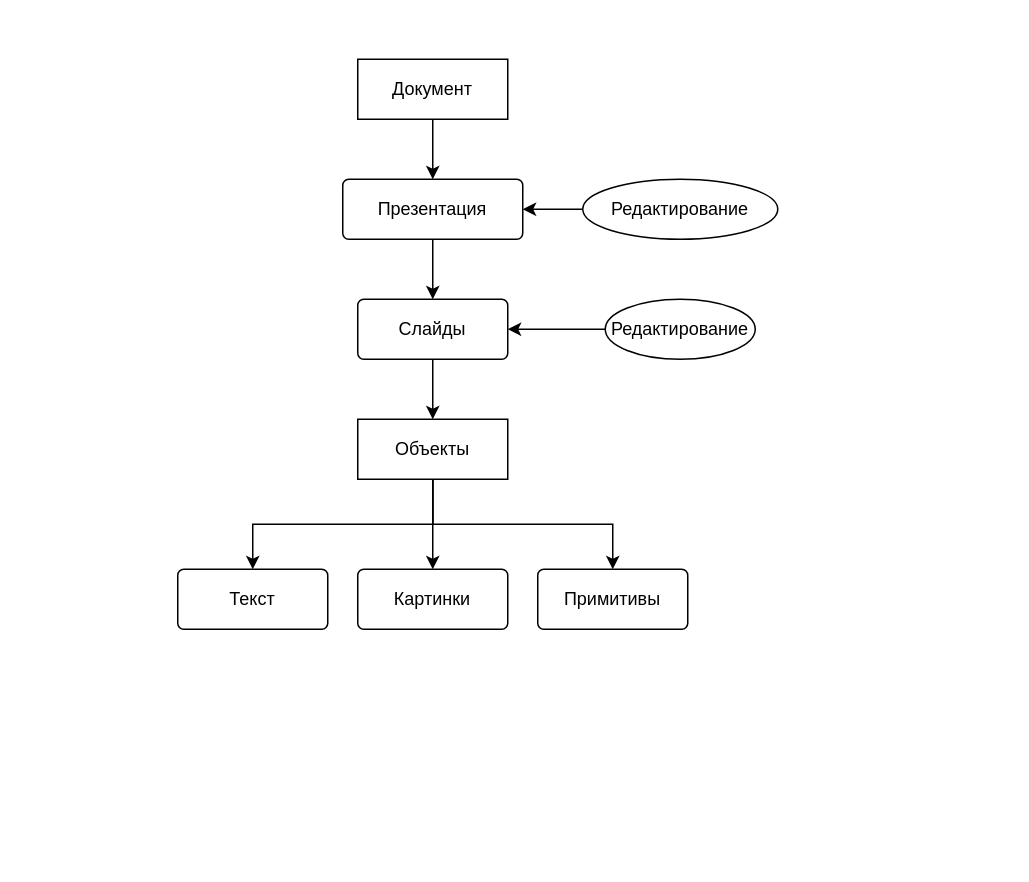
This is Untitled Diagram.drawio from Kortasfa/COM, a draw.io file, before an edit. Source tidied: cells renumbered, new cells numbered last; positions are measured from the earlier drawing's top-left corner, leaving out a move shared by most shapes. Both pictures are drawn from the tidied source at 150%, with x=0, y=0 at pixel (177, 58).
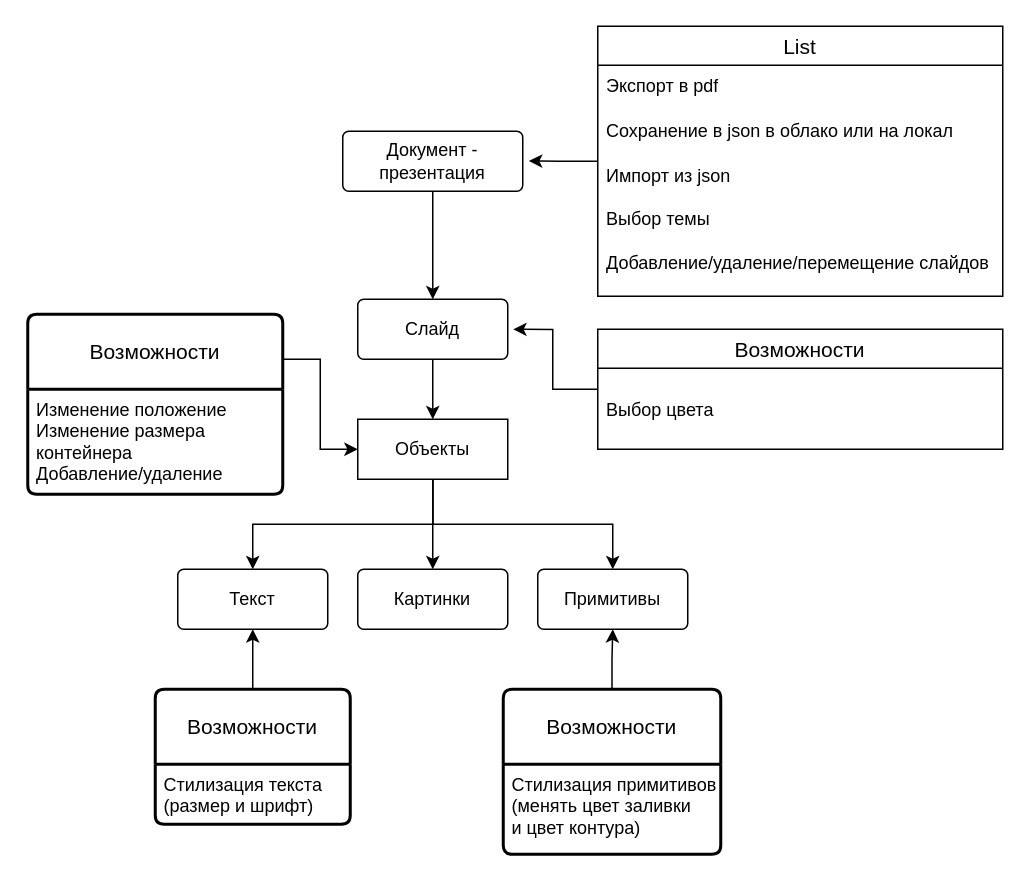
Above is the later version.

The change refers to these unchanged cells:
```xml
<mxCell id="15" value="Объекты" style="whiteSpace=wrap;html=1;align=center;" parent="1" vertex="1">
  <mxGeometry x="120" y="240" width="100" height="40" as="geometry" />
</mxCell>
<mxCell id="16" value="Текст" style="rounded=1;arcSize=10;whiteSpace=wrap;html=1;align=center;" parent="1" vertex="1">
  <mxGeometry y="340" width="100" height="40" as="geometry" />
</mxCell>
<mxCell id="18" value="Примитивы" style="rounded=1;arcSize=10;whiteSpace=wrap;html=1;align=center;" parent="1" vertex="1">
  <mxGeometry x="240" y="340" width="100" height="40" as="geometry" />
</mxCell>
```

Change to the diagram source:
```diff
@@
-    <mxCell id="3" value="Презентация" style="rounded=1;arcSize=10;whiteSpace=wrap;html=1;align=center;" parent="1" vertex="1">
-      <mxGeometry x="110" y="80" width="120" height="40" as="geometry" />
+    <mxCell id="3" value="Документ - презентация" style="rounded=1;arcSize=10;whiteSpace=wrap;html=1;align=center;" parent="1" vertex="1">
+      <mxGeometry x="110" y="48" width="120" height="40" as="geometry" />
     </mxCell>
-    <mxCell id="4" style="edgeStyle=orthogonalEdgeStyle;rounded=0;jettySize=auto;html=1;" parent="1" edge="1" source="5" target="3">
-      <mxGeometry relative="1" as="geometry" />
-    </mxCell>
-    <mxCell id="5" value="Документ" style="whiteSpace=wrap;html=1;align=center;" parent="1" vertex="1">
-      <mxGeometry x="120" width="100" height="40" as="geometry" />
-    </mxCell>
@@
-    <mxCell id="7" value="Слайды" style="rounded=1;arcSize=10;whiteSpace=wrap;html=1;align=center;" parent="1" vertex="1">
+    <mxCell id="7" value="Слайд" style="rounded=1;arcSize=10;whiteSpace=wrap;html=1;align=center;" parent="1" vertex="1">
       <mxGeometry x="120" y="160" width="100" height="40" as="geometry" />
     </mxCell>
-    <mxCell id="8" style="edgeStyle=orthogonalEdgeStyle;rounded=0;jettySize=auto;html=1;" parent="1" edge="1" source="9" target="3">
-      <mxGeometry relative="1" as="geometry" />
-    </mxCell>
-    <mxCell id="9" value="Редактирование" style="ellipse;whiteSpace=wrap;html=1;align=center;" parent="1" vertex="1">
-      <mxGeometry x="270" y="80" width="130" height="40" as="geometry" />
-    </mxCell>
-    <mxCell id="10" style="edgeStyle=orthogonalEdgeStyle;rounded=0;jettySize=auto;html=1;entryX=1;entryY=0.5;entryDx=0;entryDy=0;" parent="1" edge="1" source="11" target="7">
-      <mxGeometry relative="1" as="geometry" />
-    </mxCell>
-    <mxCell id="11" value="Редактирование" style="ellipse;whiteSpace=wrap;html=1;align=center;" parent="1" vertex="1">
-      <mxGeometry x="285" y="160" width="100" height="40" as="geometry" />
-    </mxCell>
@@
+    <mxCell id="19" style="edgeStyle=orthogonalEdgeStyle;rounded=0;jettySize=auto;html=1;entryX=1.036;entryY=0.502;entryDx=0;entryDy=0;entryPerimeter=0;" parent="1" edge="1" source="20" target="7">
+      <mxGeometry relative="1" as="geometry" />
+    </mxCell>
+    <mxCell id="20" value="Возможности" style="swimlane;fontStyle=0;horizontal=1;startSize=26;align=center;fontSize=14;" parent="1" vertex="1">
+      <mxGeometry x="280" y="180" width="270" height="80" as="geometry" />
+    </mxCell>
+    <mxCell id="21" value="&lt;br&gt;Выбор цвета&amp;nbsp;" style="text;strokeColor=none;fillColor=none;spacingLeft=4;spacingRight=4;overflow=hidden;fontSize=12;whiteSpace=wrap;html=1;" parent="20" vertex="1">
+      <mxGeometry y="26" width="270" height="54" as="geometry" />
+    </mxCell>
+    <mxCell id="22" style="edgeStyle=orthogonalEdgeStyle;rounded=0;jettySize=auto;html=1;entryX=1.034;entryY=0.496;entryDx=0;entryDy=0;entryPerimeter=0;" parent="1" edge="1" source="23" target="3">
+      <mxGeometry relative="1" as="geometry" />
+    </mxCell>
+    <mxCell id="23" value="List" style="swimlane;fontStyle=0;horizontal=1;startSize=26;align=center;fontSize=14;" parent="1" vertex="1">
+      <mxGeometry x="280" y="-22" width="270" height="180" as="geometry" />
+    </mxCell>
+    <mxCell id="24" value="Экспорт в pdf" style="text;strokeColor=none;fillColor=none;spacingLeft=4;spacingRight=4;overflow=hidden;fontSize=12;whiteSpace=wrap;html=1;" parent="23" vertex="1">
+      <mxGeometry y="26" width="270" height="30" as="geometry" />
+    </mxCell>
+    <mxCell id="25" value="Сохранение в json в облако или на локал" style="text;strokeColor=none;fillColor=none;spacingLeft=4;spacingRight=4;overflow=hidden;fontSize=12;whiteSpace=wrap;html=1;" parent="23" vertex="1">
+      <mxGeometry y="56" width="270" height="30" as="geometry" />
+    </mxCell>
+    <mxCell id="26" value="Импорт из json&lt;br&gt;&lt;br&gt;Выбор темы&lt;br&gt;&lt;br&gt;Добавление/удаление/перемещение слайдов" style="text;strokeColor=none;fillColor=none;spacingLeft=4;spacingRight=4;overflow=hidden;fontSize=12;whiteSpace=wrap;html=1;" parent="23" vertex="1">
+      <mxGeometry y="86" width="270" height="94" as="geometry" />
+    </mxCell>
+    <mxCell id="27" style="edgeStyle=orthogonalEdgeStyle;rounded=0;jettySize=auto;html=1;entryX=0.5;entryY=1;entryDx=0;entryDy=0;" parent="1" edge="1" source="28" target="16">
+      <mxGeometry relative="1" as="geometry" />
+    </mxCell>
+    <mxCell id="28" value="Возможности" style="swimlane;horizontal=1;startSize=50;rounded=1;fontSize=14;fontStyle=0;strokeWidth=2;shadow=0;dashed=0;align=center;arcSize=4;whiteSpace=wrap;html=1;" parent="1" vertex="1">
+      <mxGeometry x="-15" y="420" width="130" height="90" as="geometry" />
+    </mxCell>
+    <mxCell id="29" value="Стилизация текста &lt;br&gt;(размер и шрифт)" style="align=left;strokeColor=none;fillColor=none;spacingLeft=4;fontSize=12;verticalAlign=top;html=1;" parent="28" vertex="1">
+      <mxGeometry y="50" width="130" height="40" as="geometry" />
+    </mxCell>
+    <mxCell id="30" value="Возможности" style="swimlane;horizontal=1;startSize=50;rounded=1;fontSize=14;fontStyle=0;strokeWidth=2;shadow=0;dashed=0;align=center;arcSize=4;whiteSpace=wrap;html=1;" parent="1" vertex="1">
+      <mxGeometry x="-100" y="170" width="170" height="120" as="geometry" />
+    </mxCell>
+    <mxCell id="31" value="Изменение положение&lt;br&gt;Изменение размера &lt;br&gt;контейнера&lt;br&gt;Добавление/удаление" style="align=left;strokeColor=none;fillColor=none;spacingLeft=4;fontSize=12;verticalAlign=top;html=1;" parent="30" vertex="1">
+      <mxGeometry y="50" width="170" height="70" as="geometry" />
+    </mxCell>
+    <mxCell id="32" style="edgeStyle=orthogonalEdgeStyle;rounded=0;jettySize=auto;html=1;exitX=1;exitY=0;exitDx=0;exitDy=0;entryX=0;entryY=0.5;entryDx=0;entryDy=0;" parent="1" edge="1" source="31" target="15">
+      <mxGeometry relative="1" as="geometry" />
+    </mxCell>
+    <mxCell id="33" style="edgeStyle=orthogonalEdgeStyle;rounded=0;jettySize=auto;html=1;entryX=0.5;entryY=1;entryDx=0;entryDy=0;" parent="1" edge="1" source="34" target="18">
+      <mxGeometry relative="1" as="geometry" />
+    </mxCell>
+    <mxCell id="34" value="Возможности" style="swimlane;horizontal=1;startSize=50;rounded=1;fontSize=14;fontStyle=0;strokeWidth=2;shadow=0;dashed=0;align=center;arcSize=4;whiteSpace=wrap;html=1;" parent="1" vertex="1">
+      <mxGeometry x="217" y="420" width="145" height="110" as="geometry" />
+    </mxCell>
+    <mxCell id="35" value="Стилизация примитивов&lt;br&gt;(менять цвет заливки &lt;br&gt;и цвет контура)&lt;br&gt;" style="align=left;strokeColor=none;fillColor=none;spacingLeft=4;fontSize=12;verticalAlign=top;html=1;" parent="34" vertex="1">
+      <mxGeometry y="50" width="145" height="60" as="geometry" />
+    </mxCell>
```
